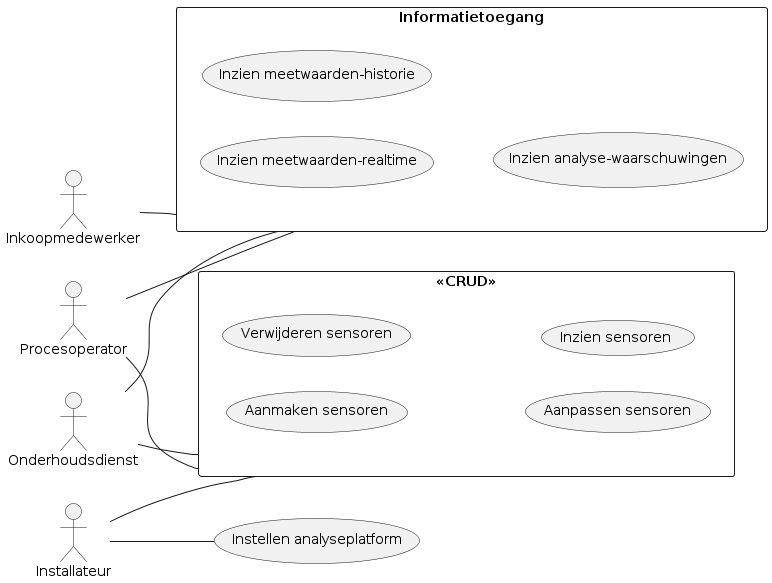
FinnsterB/soda-factory-data-collection keeps this PlantUML diagram as out/docs/development/main_UCD/main_UCD.png. Above is the earlier version. Source of this version:
```plantuml
@startuml main_UCD
left to right direction

actor Procesoperator as a1
actor Onderhoudsdienst as a2
actor Inkoopmedewerker as a3
actor Installateur as a4

rectangle "<<CRUD>>" as rect1{
usecase "Aanmaken sensoren" as uc1
usecase "Verwijderen sensoren" as uc2
usecase "Aanpassen sensoren" as uc3
usecase "Inzien sensoren" as uc4
}
rectangle "Informatietoegang" as rect2{
usecase "Inzien meetwaarden-realtime" as uc5
usecase "Inzien meetwaarden-historie" as uc6
usecase "Inzien analyse-waarschuwingen" as uc7
}
usecase "Instellen analyseplatform" as uc8

a3 -- rect2

a1 -- rect1

a1 -- rect2

a2 -- rect1

a4 -- rect1

a4 -- uc8

a2 -- rect2

@enduml
```
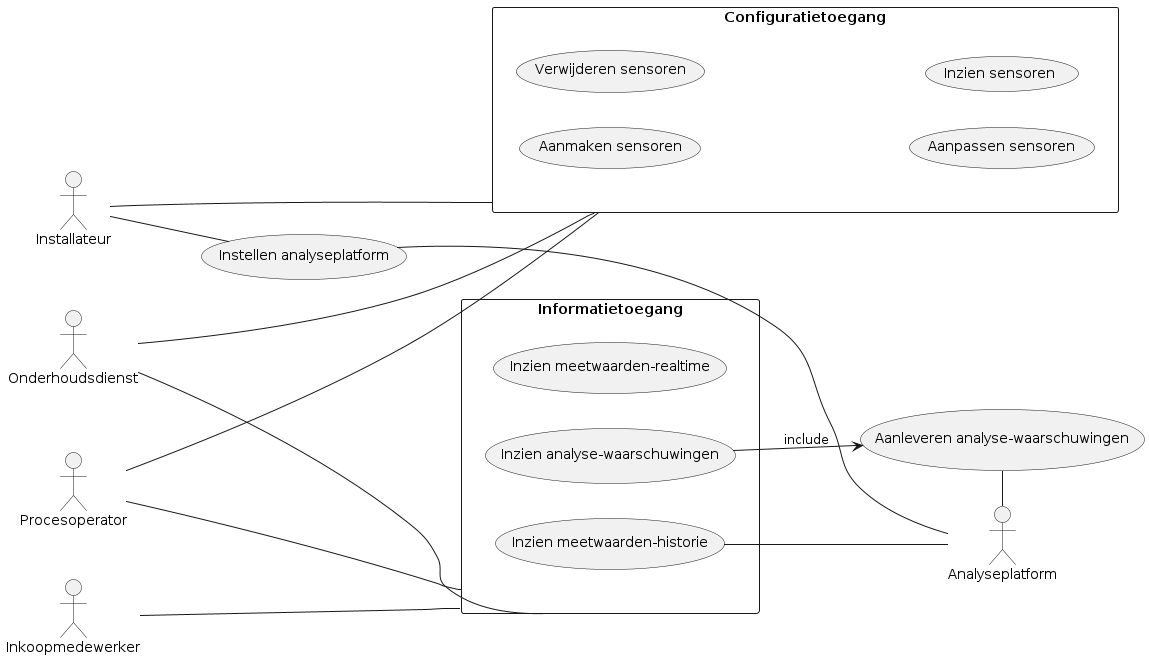
After the change.

Change to the diagram source:
```diff
@@ -5,8 +5,9 @@
 actor Onderhoudsdienst as a2
 actor Inkoopmedewerker as a3
 actor Installateur as a4
+actor Analyseplatform as a5
 
-rectangle "<<CRUD>>" as rect1{
+rectangle "Configuratietoegang" as rect1{
 usecase "Aanmaken sensoren" as uc1
 usecase "Verwijderen sensoren" as uc2
 usecase "Aanpassen sensoren" as uc3
@@ -18,19 +19,29 @@
 usecase "Inzien analyse-waarschuwingen" as uc7
 }
 usecase "Instellen analyseplatform" as uc8
+usecase "Aanleveren analyse-waarschuwingen" as uc9
 
-a3 -- rect2
 
-a1 -- rect1
+a3 --- rect2
 
-a1 -- rect2
+a1 --- rect1
 
-a2 -- rect1
+a1 --- rect2
 
-a4 -- rect1
+a2 --- rect1
+
+a4 --- rect1
 
 a4 -- uc8
 
-a2 -- rect2
+a2 --- rect2
+
+uc7 --> uc9 : include
+
+uc9 - a5
+
+uc6 -- a5
+
+uc8 -- a5
 
 @enduml
```
